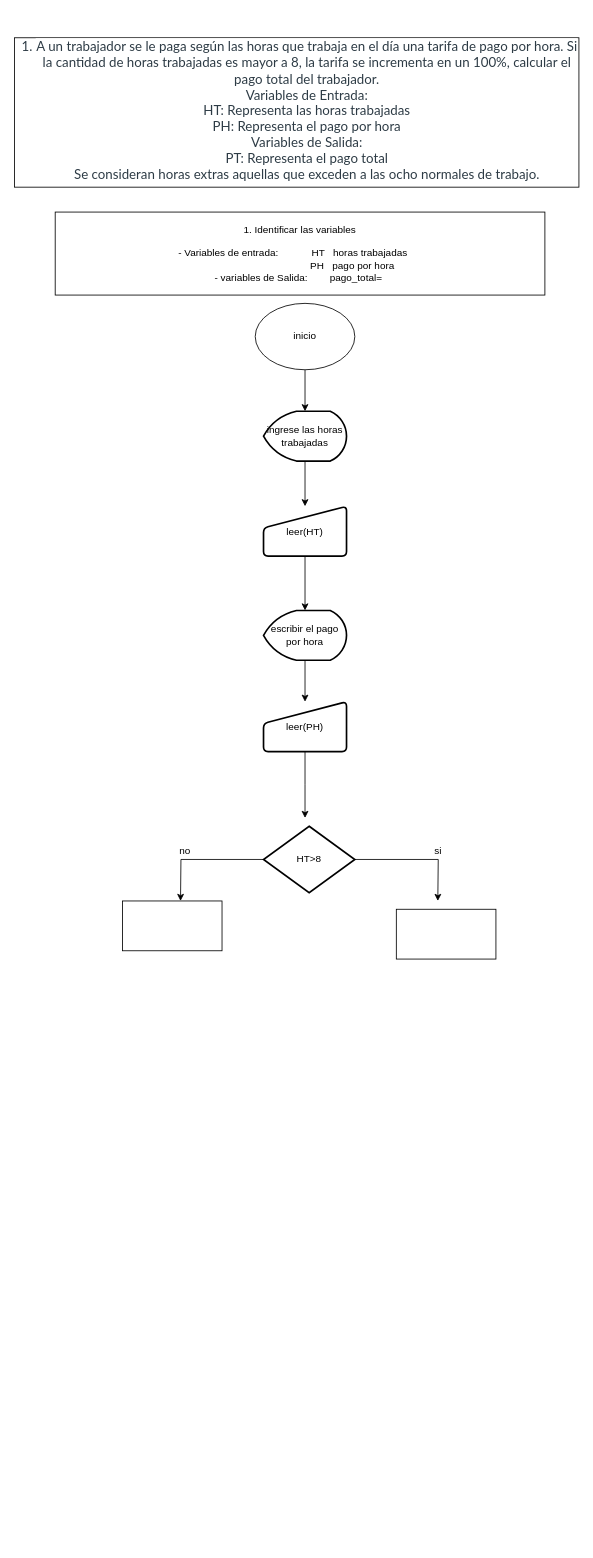
Before: page "Page-6" (6 of 6) of Untitled Diagram.drawio in 12RodrigoDuran/Formula, a draw.io diagram. Source tidied: cells renumbered, new cells numbered last; positions are measured from the earlier drawing's top-left corner, leaving out a move shared by most shapes. Both pictures are drawn from the tidied source at 83%, with x=0, y=0 at pixel (14, 37).
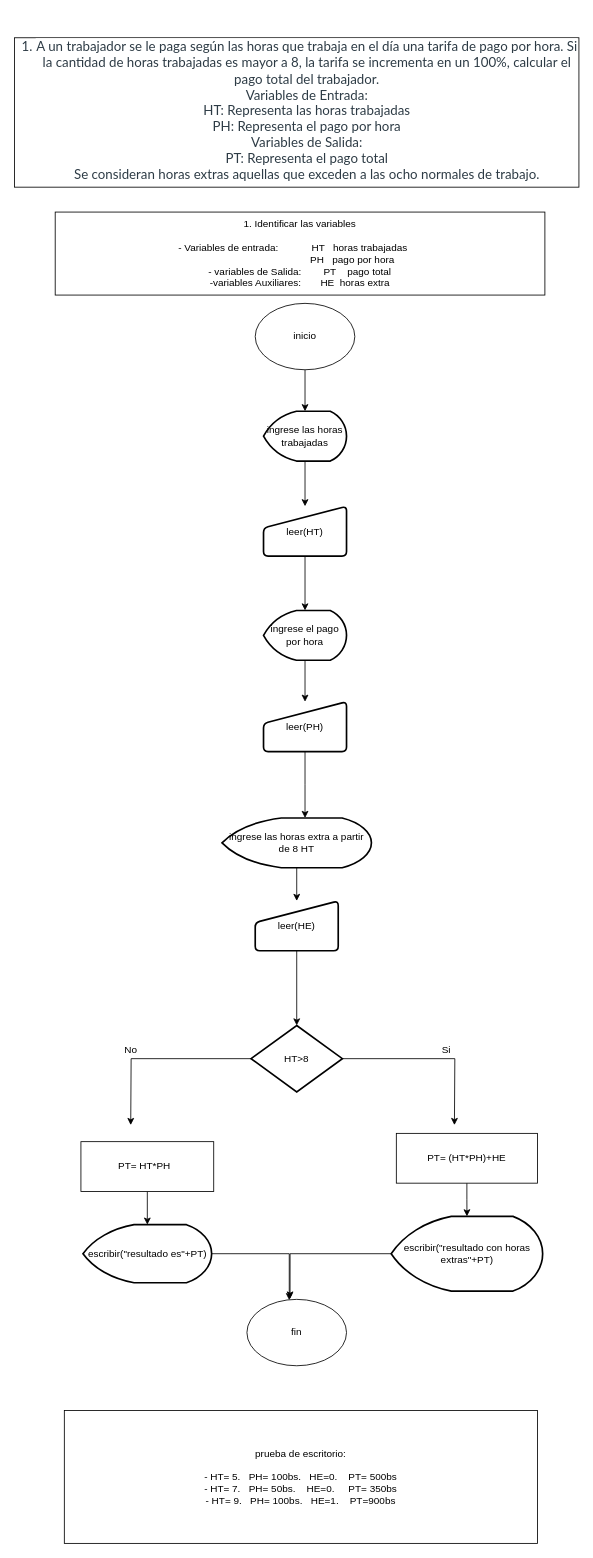
The same diagram, later.

What changed in the source:
```diff
@@
-    <mxCell id="3" value="1. Identificar las variables&lt;br&gt;&lt;br&gt;&amp;nbsp;- Variables de entrada:&amp;nbsp; &amp;nbsp; &amp;nbsp; &amp;nbsp; &amp;nbsp; &amp;nbsp; HT&amp;nbsp; &amp;nbsp;horas trabajadas&amp;nbsp; &amp;nbsp; &amp;nbsp;&amp;nbsp;&lt;br&gt;&amp;nbsp; &amp;nbsp; &amp;nbsp; &amp;nbsp; &amp;nbsp; &amp;nbsp; &amp;nbsp; &amp;nbsp; &amp;nbsp; &amp;nbsp; &amp;nbsp; &amp;nbsp; &amp;nbsp; &amp;nbsp; &amp;nbsp; &amp;nbsp; &amp;nbsp; &amp;nbsp; &amp;nbsp; PH&amp;nbsp; &amp;nbsp;pago por hora&lt;br&gt;- variables de Salida:&amp;nbsp; &amp;nbsp; &amp;nbsp; &amp;nbsp; pago_total=&amp;nbsp;" style="rounded=0;whiteSpace=wrap;html=1;" parent="1" vertex="1">
+    <mxCell id="3" value="1. Identificar las variables&lt;br&gt;&lt;br&gt;&amp;nbsp;- Variables de entrada:&amp;nbsp; &amp;nbsp; &amp;nbsp; &amp;nbsp; &amp;nbsp; &amp;nbsp; HT&amp;nbsp; &amp;nbsp;horas trabajadas&amp;nbsp; &amp;nbsp; &amp;nbsp;&amp;nbsp;&lt;br&gt;&amp;nbsp; &amp;nbsp; &amp;nbsp; &amp;nbsp; &amp;nbsp; &amp;nbsp; &amp;nbsp; &amp;nbsp; &amp;nbsp; &amp;nbsp; &amp;nbsp; &amp;nbsp; &amp;nbsp; &amp;nbsp; &amp;nbsp; &amp;nbsp; &amp;nbsp; &amp;nbsp; &amp;nbsp; PH&amp;nbsp; &amp;nbsp;pago por hora&lt;br&gt;- variables de Salida:&amp;nbsp; &amp;nbsp; &amp;nbsp; &amp;nbsp; PT&amp;nbsp; &amp;nbsp; pago total&lt;br&gt;-variables Auxiliares:&amp;nbsp; &amp;nbsp; &amp;nbsp; &amp;nbsp;HE&amp;nbsp; horas extra" style="rounded=0;whiteSpace=wrap;html=1;" parent="1" vertex="1">
       <mxGeometry x="49" y="210" width="590" height="100" as="geometry" />
     </mxCell>
@@
-    <mxCell id="11" value="escribir el pago por hora" style="strokeWidth=2;html=1;shape=mxgraph.flowchart.display;whiteSpace=wrap;" parent="1" vertex="1">
+    <mxCell id="11" value="ingrese el pago por hora" style="strokeWidth=2;html=1;shape=mxgraph.flowchart.display;whiteSpace=wrap;" parent="1" vertex="1">
       <mxGeometry x="300" y="690" width="100" height="60" as="geometry" />
     </mxCell>
@@
-    <mxCell id="14" style="edgeStyle=orthogonalEdgeStyle;rounded=0;jettySize=auto;html=1;" parent="1" edge="1" source="16">
-      <mxGeometry relative="1" as="geometry">
-        <mxPoint x="510" y="1040" as="targetPoint" />
-      </mxGeometry>
-    </mxCell>
-    <mxCell id="15" style="edgeStyle=orthogonalEdgeStyle;rounded=0;jettySize=auto;html=1;" parent="1" edge="1" source="16">
-      <mxGeometry relative="1" as="geometry">
-        <mxPoint x="200" y="1040" as="targetPoint" />
-      </mxGeometry>
-    </mxCell>
+    <mxCell id="21" style="edgeStyle=orthogonalEdgeStyle;rounded=0;jettySize=auto;html=1;" parent="1" edge="1" source="16">
+      <mxGeometry relative="1" as="geometry">
+        <mxPoint x="140" y="1310" as="targetPoint" />
+      </mxGeometry>
+    </mxCell>
+    <mxCell id="22" style="edgeStyle=orthogonalEdgeStyle;rounded=0;jettySize=auto;html=1;" parent="1" edge="1" source="16">
+      <mxGeometry relative="1" as="geometry">
+        <mxPoint x="530" y="1310" as="targetPoint" />
+      </mxGeometry>
+    </mxCell>
     <mxCell id="16" value="HT&amp;gt;8" style="strokeWidth=2;html=1;shape=mxgraph.flowchart.decision;whiteSpace=wrap;" parent="1" vertex="1">
-      <mxGeometry x="300" y="950" width="110" height="80" as="geometry" />
+      <mxGeometry x="285" y="1190" width="110" height="80" as="geometry" />
     </mxCell>
-    <mxCell id="17" value="si" style="text;html=1;align=center;verticalAlign=middle;" parent="1" vertex="1">
-      <mxGeometry x="500" y="970" width="20" height="20" as="geometry" />
-    </mxCell>
-    <mxCell id="18" value="no" style="text;html=1;align=center;verticalAlign=middle;" parent="1" vertex="1">
-      <mxGeometry x="190" y="970" width="30" height="20" as="geometry" />
-    </mxCell>
+    <mxCell id="23" style="edgeStyle=orthogonalEdgeStyle;rounded=0;jettySize=auto;html=1;" parent="1" edge="1" source="19" target="32">
+      <mxGeometry relative="1" as="geometry" />
+    </mxCell>
-    <mxCell id="19" style="rounded=0;whiteSpace=wrap;html=1;" parent="1" vertex="1">
-      <mxGeometry x="460" y="1050" width="120" height="60" as="geometry" />
+    <mxCell id="19" value="PT= (HT*PH)+HE" style="rounded=0;whiteSpace=wrap;html=1;" parent="1" vertex="1">
+      <mxGeometry x="460" y="1320" width="170" height="60" as="geometry" />
     </mxCell>
+    <mxCell id="24" style="edgeStyle=orthogonalEdgeStyle;rounded=0;jettySize=auto;html=1;" parent="1" edge="1" source="20" target="34">
+      <mxGeometry relative="1" as="geometry" />
+    </mxCell>
-    <mxCell id="20" style="rounded=0;whiteSpace=wrap;html=1;" parent="1" vertex="1">
-      <mxGeometry x="130" y="1040" width="120" height="60" as="geometry" />
+    <mxCell id="20" value="PT= HT*PH&amp;nbsp;&amp;nbsp;" style="rounded=0;whiteSpace=wrap;html=1;" parent="1" vertex="1">
+      <mxGeometry x="80" y="1330" width="160" height="60" as="geometry" />
     </mxCell>
+    <mxCell id="25" style="edgeStyle=orthogonalEdgeStyle;rounded=0;jettySize=auto;html=1;" parent="1" edge="1" source="26" target="28">
+      <mxGeometry relative="1" as="geometry" />
+    </mxCell>
+    <mxCell id="26" value="ingrese las horas extra a partir de 8 HT" style="strokeWidth=2;html=1;shape=mxgraph.flowchart.display;whiteSpace=wrap;" parent="1" vertex="1">
+      <mxGeometry x="250" y="940" width="180" height="60" as="geometry" />
+    </mxCell>
+    <mxCell id="27" style="edgeStyle=orthogonalEdgeStyle;rounded=0;jettySize=auto;html=1;" parent="1" edge="1" source="28" target="16">
+      <mxGeometry relative="1" as="geometry" />
+    </mxCell>
+    <mxCell id="28" value="leer(HE)" style="html=1;strokeWidth=2;shape=manualInput;whiteSpace=wrap;rounded=1;size=26;arcSize=11;" parent="1" vertex="1">
+      <mxGeometry x="290" y="1040" width="100" height="60" as="geometry" />
+    </mxCell>
+    <mxCell id="29" value="Si" style="text;html=1;align=center;verticalAlign=middle;" parent="1" vertex="1">
+      <mxGeometry x="505" y="1210" width="30" height="20" as="geometry" />
+    </mxCell>
+    <mxCell id="30" value="No" style="text;html=1;align=center;verticalAlign=middle;" parent="1" vertex="1">
+      <mxGeometry x="125" y="1210" width="30" height="20" as="geometry" />
+    </mxCell>
+    <mxCell id="31" style="edgeStyle=orthogonalEdgeStyle;rounded=0;jettySize=auto;html=1;entryX=0.433;entryY=-0.012;entryDx=0;entryDy=0;entryPerimeter=0;" parent="1" edge="1" source="32" target="35">
+      <mxGeometry relative="1" as="geometry" />
+    </mxCell>
+    <mxCell id="32" value="escribir(&quot;resultado con horas extras&quot;+PT)" style="strokeWidth=2;html=1;shape=mxgraph.flowchart.display;whiteSpace=wrap;" parent="1" vertex="1">
+      <mxGeometry x="453.8" y="1420" width="182.5" height="90" as="geometry" />
+    </mxCell>
+    <mxCell id="33" style="edgeStyle=orthogonalEdgeStyle;rounded=0;jettySize=auto;html=1;entryX=0.425;entryY=0.013;entryDx=0;entryDy=0;entryPerimeter=0;" parent="1" edge="1" source="34" target="35">
+      <mxGeometry relative="1" as="geometry" />
+    </mxCell>
+    <mxCell id="34" value="escribir(&quot;resultado es&quot;+PT)" style="strokeWidth=2;html=1;shape=mxgraph.flowchart.display;whiteSpace=wrap;" parent="1" vertex="1">
+      <mxGeometry x="82.5" y="1430" width="155" height="70" as="geometry" />
+    </mxCell>
+    <mxCell id="35" value="fin" style="ellipse;whiteSpace=wrap;html=1;" parent="1" vertex="1">
+      <mxGeometry x="280" y="1520" width="120" height="80" as="geometry" />
+    </mxCell>
+    <mxCell id="36" value="prueba de escritorio:&lt;br&gt;&lt;br&gt;- HT= 5.&amp;nbsp; &amp;nbsp;PH= 100bs.&amp;nbsp; &amp;nbsp;HE=0.&amp;nbsp; &amp;nbsp; PT= 500bs&lt;br&gt;- HT= 7.&amp;nbsp; &amp;nbsp;PH= 50bs.&amp;nbsp; &amp;nbsp; HE=0.&amp;nbsp; &amp;nbsp; &amp;nbsp;PT= 350bs&lt;br&gt;- HT= 9.&amp;nbsp; &amp;nbsp;PH= 100bs.&amp;nbsp; &amp;nbsp;HE=1.&amp;nbsp; &amp;nbsp; PT=900bs" style="rounded=0;whiteSpace=wrap;html=1;" parent="1" vertex="1">
+      <mxGeometry x="60" y="1654" width="570" height="160" as="geometry" />
+    </mxCell>
```
